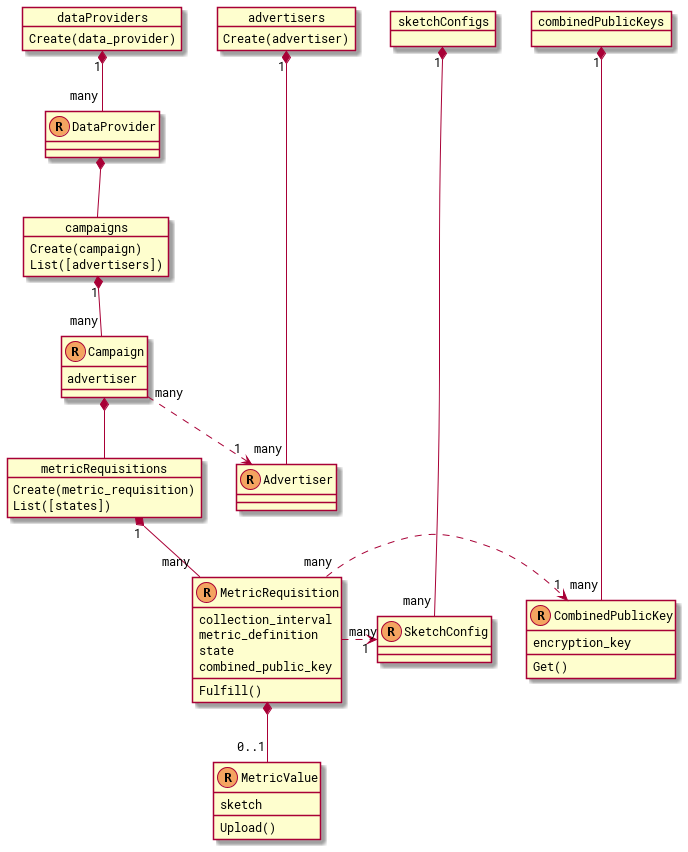
Above: docs/diagrams/api_resources.png in world-federation-of-advertisers/cross-media-measurement (PlantUML), before the change. Its source is kept beside it as docs/diagrams/api_resources.pu.
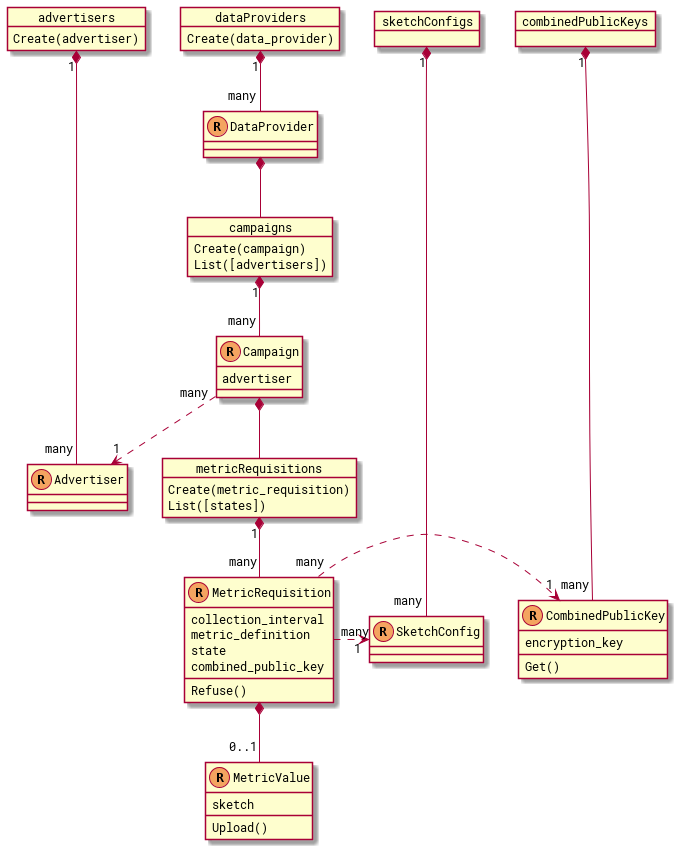
After the commit.

What changed in the source:
```diff
@@ -25,11 +25,11 @@
 }
 
 together {
+  collection(advertisers, Advertiser) {
+    Create(advertiser)
+  }
   collection(dataProviders, DataProvider) {
     Create(data_provider)
-  }
-  collection(advertisers, Advertiser) {
-    Create(advertiser)
   }
   collection(sketchConfigs, SketchConfig) {
   }
@@ -51,7 +51,7 @@
   metric_definition
   state
   combined_public_key
-  Fulfill()
+  Refuse()
 }
 resource(Campaign) {
   advertiser
@@ -69,6 +69,4 @@
 MetricRequisition "many" .> " 1" SketchConfig
 MetricRequisition "many" .> "1" CombinedPublicKey
 
-Advertiser -[hidden]> DataProvider
-
 @enduml
```
